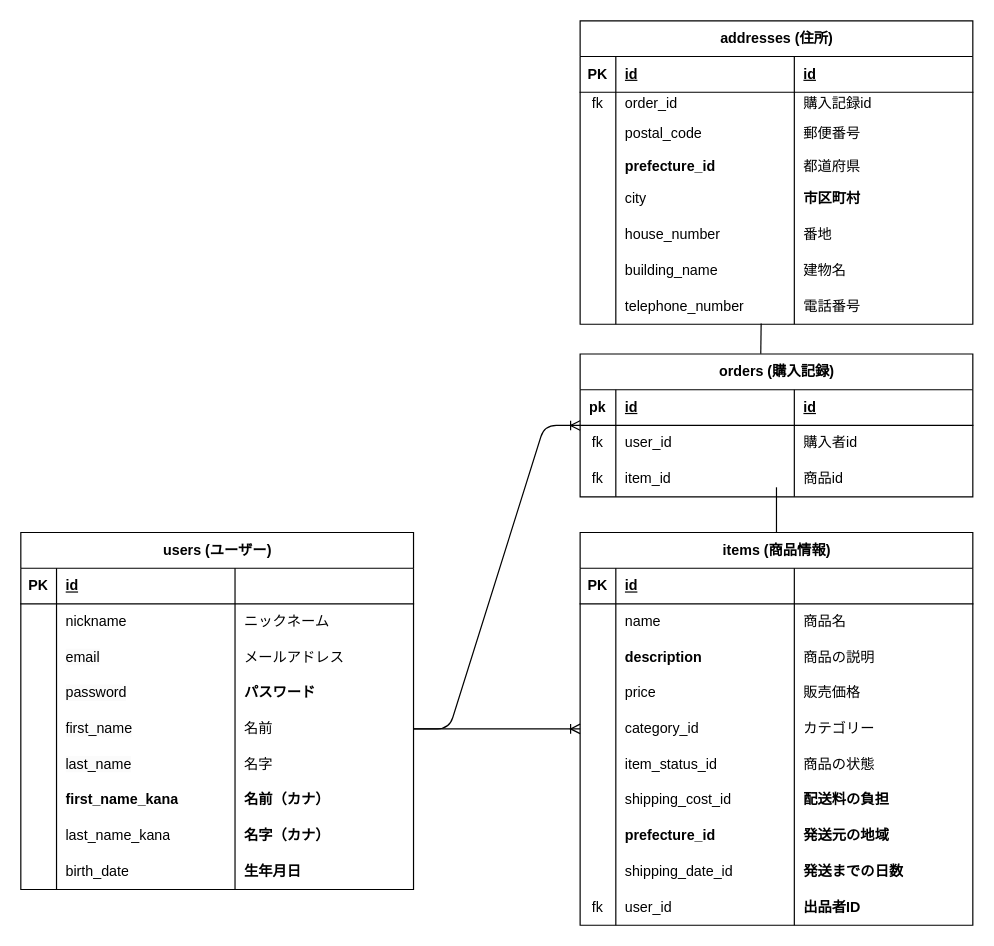
This is database.drawio from kohaku500/furima-47508, a draw.io file, before an edit. Source tidied: cells renumbered, new cells numbered last; positions are measured from the earlier drawing's top-left corner, leaving out a move shared by most shapes. Both pictures are drawn from the tidied source at 119%, with x=0, y=0 at pixel (20, 20).
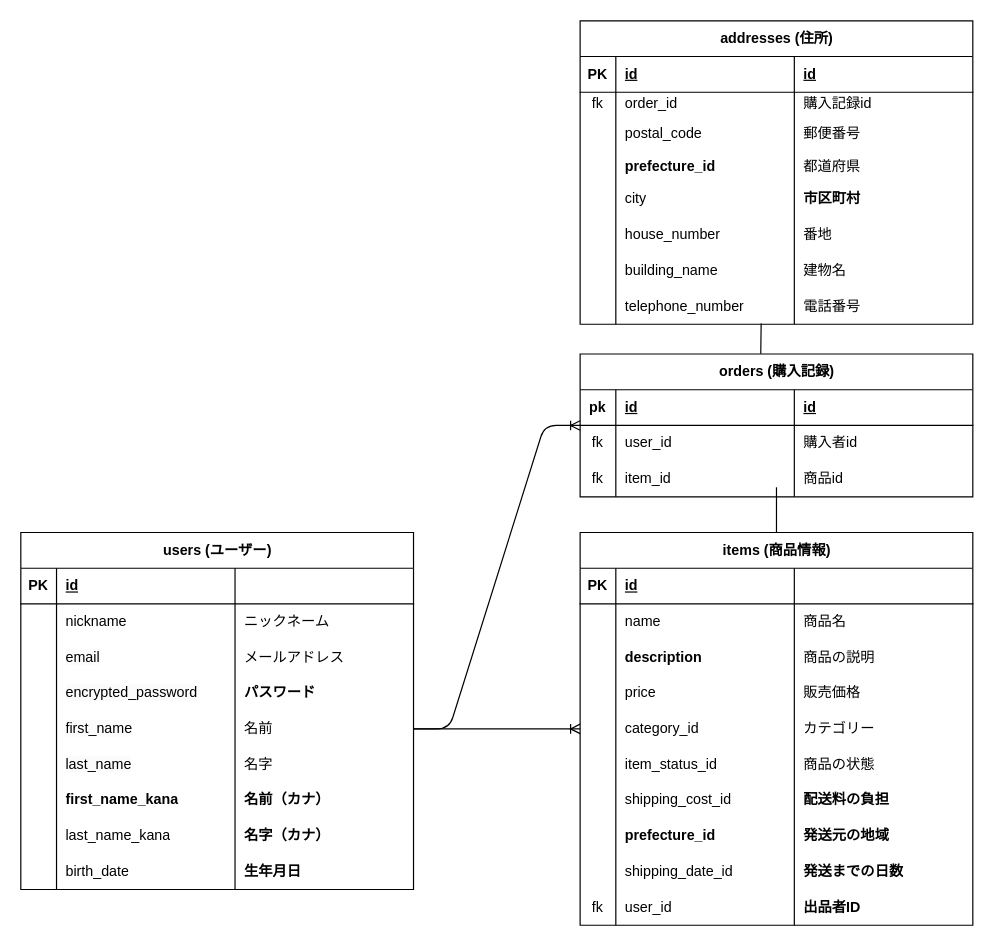
Above is the later version.

Unchanged cells that the change refers to:
```xml
<mxCell id="15" style="shape=tableRow;horizontal=0;startSize=0;swimlaneHead=0;swimlaneBody=0;fillColor=none;top=0;left=0;right=0;bottom=0;" parent="2" vertex="1">
  <mxGeometry y="120" width="330" height="30" as="geometry" />
</mxCell>
```

Change to the diagram source:
```diff
@@
-    <mxCell id="17" value="&lt;span style=&quot;color: rgb(0, 0, 0); font-family: Helvetica; font-size: 12px; font-style: normal; font-variant-ligatures: normal; font-variant-caps: normal; font-weight: 400; letter-spacing: normal; orphans: 2; text-align: left; text-indent: 0px; text-transform: none; widows: 2; word-spacing: 0px; -webkit-text-stroke-width: 0px; white-space: normal; background-color: rgb(251, 251, 251); text-decoration-thickness: initial; text-decoration-style: initial; text-decoration-color: initial; float: none; display: inline !important;&quot;&gt;password&lt;/span&gt;" style="shape=partialRectangle;fillColor=none;top=0;left=0;bottom=0;right=0;align=left;spacingLeft=6;overflow=hidden;whiteSpace=wrap;html=1;" parent="15" vertex="1">
+    <mxCell id="17" value="&lt;span style=&quot;color: rgb(0, 0, 0); font-family: Helvetica; font-size: 12px; font-style: normal; font-variant-ligatures: normal; font-variant-caps: normal; font-weight: 400; letter-spacing: normal; orphans: 2; text-align: left; text-indent: 0px; text-transform: none; widows: 2; word-spacing: 0px; -webkit-text-stroke-width: 0px; white-space: normal; background-color: rgb(251, 251, 251); text-decoration-thickness: initial; text-decoration-style: initial; text-decoration-color: initial; float: none; display: inline !important;&quot;&gt;encrypted_password&lt;/span&gt;" style="shape=partialRectangle;fillColor=none;top=0;left=0;bottom=0;right=0;align=left;spacingLeft=6;overflow=hidden;whiteSpace=wrap;html=1;" parent="15" vertex="1">
       <mxGeometry x="30" width="150" height="30" as="geometry" />
     </mxCell>
```
